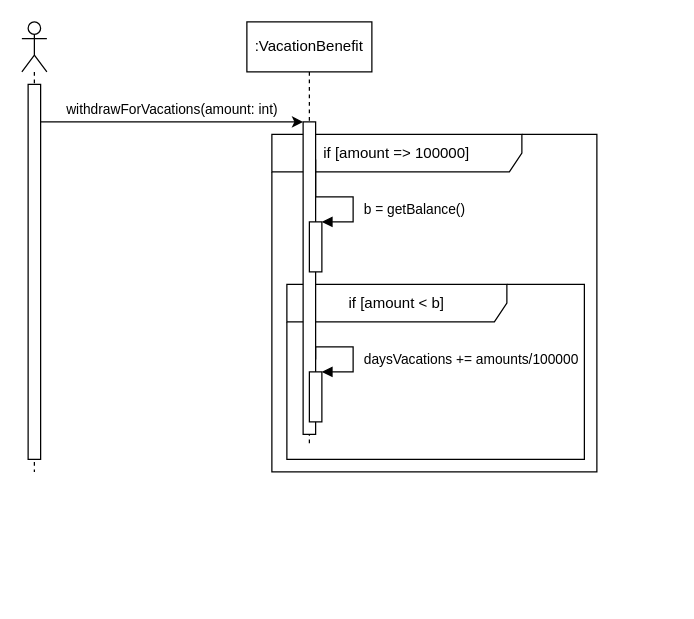
Above: diagrams/withdrawforvacations-sequence-diagram.drawio in Cafeleyos/MUNOZ-SANTOS-SABANA-POOB-2021-1-LAB-ABSTRACT-CLASS (draw.io), before the change. Source tidied: cells renumbered, new cells numbered last; positions are measured from the earlier drawing's top-left corner, leaving out a move shared by most shapes. Both pictures are drawn from the tidied source at 125%, with x=0, y=0 at pixel (21, 21).
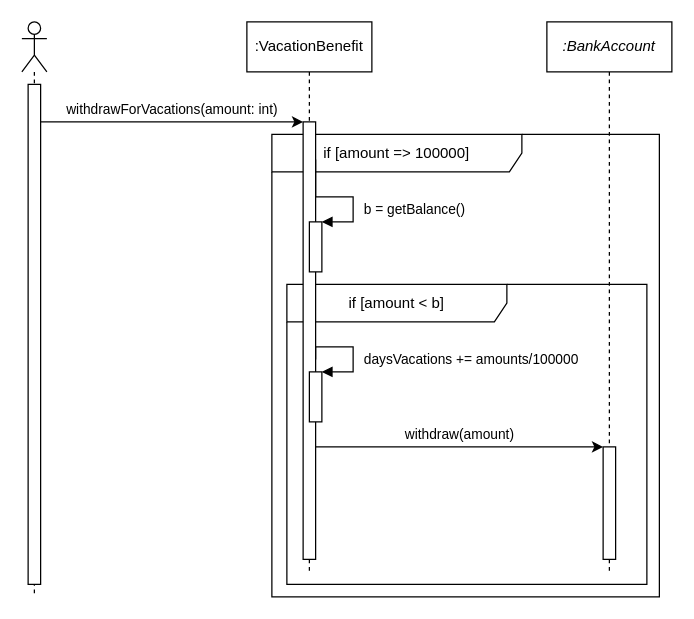
After the change.

Commit message (it also covers changes not shown here):
Fix Bugs in Diagrams

Change to the diagram source:
```diff
@@
     <mxCell id="2" value="if [amount =&amp;gt; 100000]" style="shape=umlFrame;whiteSpace=wrap;html=1;width=200;height=30;" parent="1" vertex="1">
-      <mxGeometry x="200" y="90" width="260" height="270" as="geometry" />
+      <mxGeometry x="200" y="90" width="310" height="370" as="geometry" />
     </mxCell>
     <mxCell id="3" value="if [amount &amp;lt; b]" style="shape=umlFrame;whiteSpace=wrap;html=1;width=176;height=30;" parent="1" vertex="1">
-      <mxGeometry x="212" y="210" width="238" height="140" as="geometry" />
+      <mxGeometry x="212" y="210" width="288" height="240" as="geometry" />
     </mxCell>
     <mxCell id="4" style="shape=umlLifeline;participant=umlActor;perimeter=lifelinePerimeter;whiteSpace=wrap;html=1;verticalAlign=top;spacingTop=36;" parent="1" vertex="1">
-      <mxGeometry width="20" height="360" as="geometry" />
+      <mxGeometry width="20" height="460" as="geometry" />
     </mxCell>
     <mxCell id="5" style="html=1;points=[];perimeter=orthogonalPerimeter;" parent="4" vertex="1">
-      <mxGeometry x="5" y="50" width="10" height="300" as="geometry" />
+      <mxGeometry x="5" y="50" width="10" height="400" as="geometry" />
     </mxCell>
     <mxCell id="6" value="&lt;span style=&quot;font-style: normal&quot;&gt;:VacationBenefit&lt;/span&gt;" style="shape=umlLifeline;perimeter=lifelinePerimeter;whiteSpace=wrap;html=1;fontStyle=2;" parent="1" vertex="1">
-      <mxGeometry x="180" width="100" height="340" as="geometry" />
+      <mxGeometry x="180" width="100" height="440" as="geometry" />
     </mxCell>
     <mxCell id="7" style="html=1;points=[];perimeter=orthogonalPerimeter;" parent="6" vertex="1">
-      <mxGeometry x="45" y="80" width="10" height="250" as="geometry" />
+      <mxGeometry x="45" y="80" width="10" height="350" as="geometry" />
     </mxCell>
@@
+    <mxCell id="13" value=":BankAccount" style="shape=umlLifeline;perimeter=lifelinePerimeter;whiteSpace=wrap;html=1;fontStyle=2;" parent="1" vertex="1">
+      <mxGeometry x="420" width="100" height="440" as="geometry" />
+    </mxCell>
+    <mxCell id="14" style="html=1;points=[];perimeter=orthogonalPerimeter;" parent="13" vertex="1">
+      <mxGeometry x="45" y="340" width="10" height="90" as="geometry" />
+    </mxCell>
+    <mxCell id="15" value="withdraw(amount)" style="edgeStyle=orthogonalEdgeStyle;rounded=0;jettySize=auto;html=1;" parent="1" edge="1" source="7" target="14">
+      <mxGeometry y="10" relative="1" as="geometry">
+        <Array as="points">
+          <mxPoint x="350" y="340" />
+          <mxPoint x="350" y="340" />
+        </Array>
+      </mxGeometry>
+    </mxCell>
```
